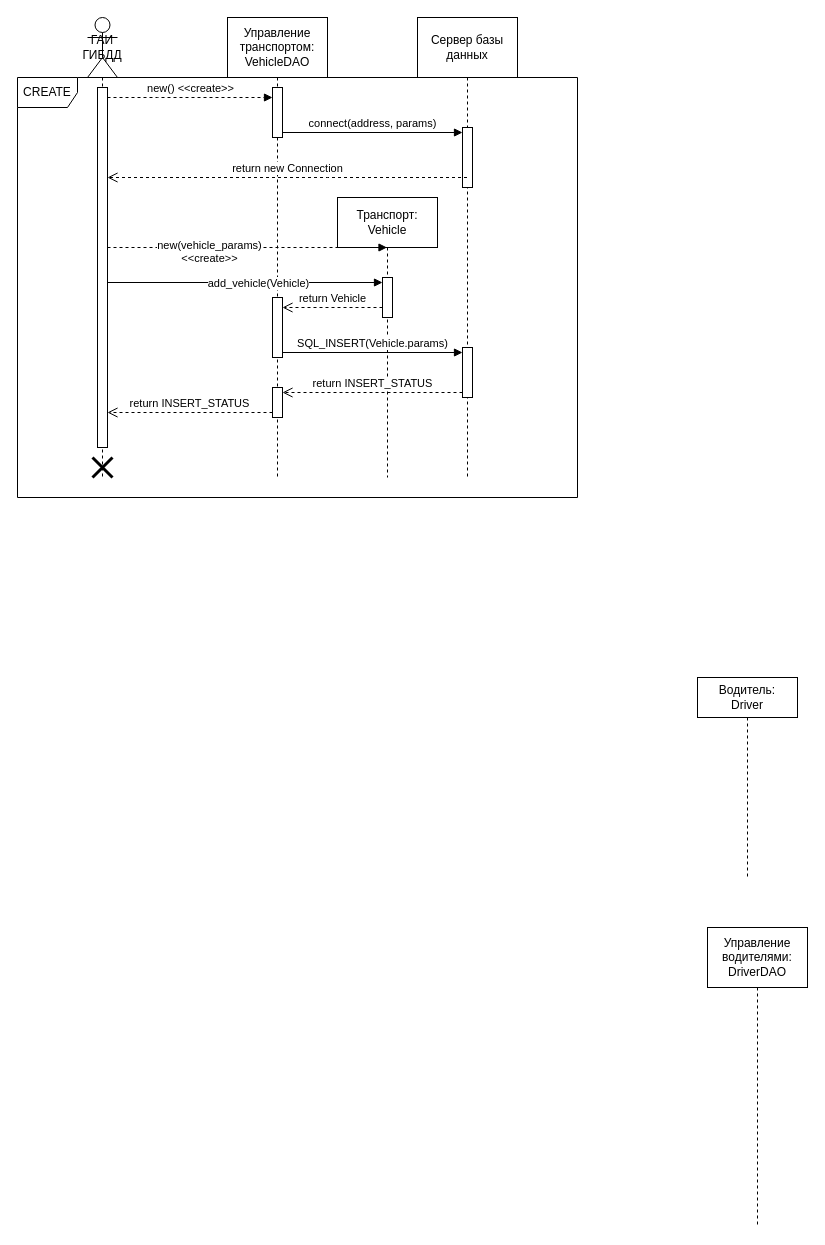
This is lab4.drawio from duahifnv/SystemsArchitecture, a draw.io file, before an edit. Source tidied: cells renumbered, new cells numbered last; positions are measured from the earlier drawing's top-left corner, leaving out a move shared by most shapes. Both pictures are drawn from the tidied source at 100%, with x=0, y=0 at pixel (17, 17).
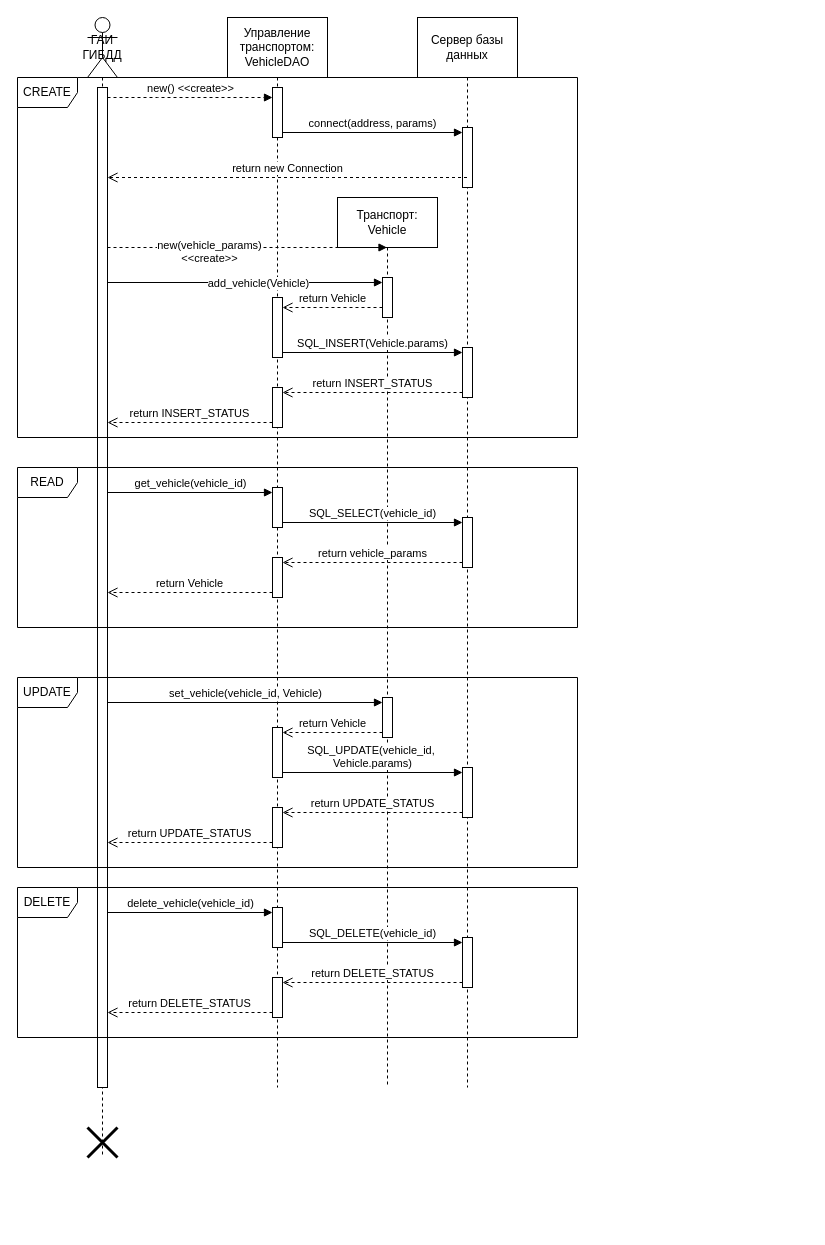
Above is the later version.

The edit, as a diff of the source:
```diff
@@
     <mxCell id="2" value="ГАИ ГИБДД" style="shape=umlLifeline;perimeter=lifelinePerimeter;whiteSpace=wrap;html=1;newEdgeStyle={&quot;curved&quot;:0,&quot;rounded&quot;:0};participant=umlActor;size=60;" parent="1" vertex="1">
-      <mxGeometry x="70" width="30" height="460" as="geometry" />
+      <mxGeometry x="70" width="30" height="1140" as="geometry" />
     </mxCell>
     <mxCell id="3" style="html=1;points=[[0,0,0,0,5],[0,1,0,0,-5],[1,0,0,0,5],[1,1,0,0,-5]];perimeter=orthogonalPerimeter;outlineConnect=0;targetShapes=umlLifeline;portConstraint=eastwest;newEdgeStyle={&quot;curved&quot;:0,&quot;rounded&quot;:0};" parent="2" vertex="1">
-      <mxGeometry x="10" y="70" width="10" height="360" as="geometry" />
+      <mxGeometry x="10" y="70" width="10" height="1000" as="geometry" />
     </mxCell>
-    <mxCell id="4" style="shape=umlDestroy;whiteSpace=wrap;html=1;strokeWidth=3;targetShapes=umlLifeline;" parent="2" vertex="1">
-      <mxGeometry x="5" y="440" width="20" height="20" as="geometry" />
-    </mxCell>
+    <mxCell id="27" style="shape=umlDestroy;whiteSpace=wrap;html=1;strokeWidth=3;targetShapes=umlLifeline;" parent="2" vertex="1">
+      <mxGeometry y="1110" width="30" height="30" as="geometry" />
+    </mxCell>
     <mxCell id="5" value="Транспорт:&lt;div&gt;Vehicle&lt;/div&gt;" style="shape=umlLifeline;perimeter=lifelinePerimeter;whiteSpace=wrap;html=1;outlineConnect=0;portConstraint=eastwest;newEdgeStyle={&quot;curved&quot;:0,&quot;rounded&quot;:0};size=50;" parent="1" vertex="1">
-      <mxGeometry x="320" y="180" width="100" height="280" as="geometry" />
+      <mxGeometry x="320" y="180" width="100" height="890" as="geometry" />
     </mxCell>
@@
+    <mxCell id="28" style="html=1;points=[[0,0,0,0,5],[0,1,0,0,-5],[1,0,0,0,5],[1,1,0,0,-5]];perimeter=orthogonalPerimeter;outlineConnect=0;targetShapes=umlLifeline;portConstraint=eastwest;newEdgeStyle={&quot;curved&quot;:0,&quot;rounded&quot;:0};" parent="5" vertex="1">
+      <mxGeometry x="45" y="500" width="10" height="40" as="geometry" />
+    </mxCell>
     <mxCell id="7" value="Управление транспортом:&lt;div&gt;VehicleDAO&lt;/div&gt;" style="shape=umlLifeline;perimeter=lifelinePerimeter;whiteSpace=wrap;html=1;newEdgeStyle={&quot;curved&quot;:0,&quot;rounded&quot;:0};size=60;" parent="1" vertex="1">
-      <mxGeometry x="210" width="100" height="460" as="geometry" />
+      <mxGeometry x="210" width="100" height="1070" as="geometry" />
     </mxCell>
@@
     <mxCell id="10" style="html=1;points=[[0,0,0,0,5],[0,1,0,0,-5],[1,0,0,0,5],[1,1,0,0,-5]];perimeter=orthogonalPerimeter;outlineConnect=0;targetShapes=umlLifeline;portConstraint=eastwest;newEdgeStyle={&quot;curved&quot;:0,&quot;rounded&quot;:0};" parent="7" vertex="1">
-      <mxGeometry x="45" y="370" width="10" height="30" as="geometry" />
+      <mxGeometry x="45" y="370" width="10" height="40" as="geometry" />
     </mxCell>
-    <mxCell id="11" value="Водитель:&lt;div&gt;Driver&lt;/div&gt;" style="shape=umlLifeline;perimeter=lifelinePerimeter;whiteSpace=wrap;html=1;newEdgeStyle={&quot;curved&quot;:0,&quot;rounded&quot;:0};size=40;" parent="1" vertex="1">
-      <mxGeometry x="680" y="660" width="100" height="200" as="geometry" />
-    </mxCell>
-    <mxCell id="12" value="Управление водителями:&lt;div&gt;DriverDAO&lt;/div&gt;" style="shape=umlLifeline;perimeter=lifelinePerimeter;whiteSpace=wrap;html=1;newEdgeStyle={&quot;curved&quot;:0,&quot;rounded&quot;:0};size=60;" parent="1" vertex="1">
-      <mxGeometry x="690" y="910" width="100" height="300" as="geometry" />
-    </mxCell>
+    <mxCell id="29" style="html=1;points=[[0,0,0,0,5],[0,1,0,0,-5],[1,0,0,0,5],[1,1,0,0,-5]];perimeter=orthogonalPerimeter;outlineConnect=0;targetShapes=umlLifeline;portConstraint=eastwest;newEdgeStyle={&quot;curved&quot;:0,&quot;rounded&quot;:0};" parent="7" vertex="1">
+      <mxGeometry x="45" y="470" width="10" height="40" as="geometry" />
+    </mxCell>
+    <mxCell id="30" style="html=1;points=[[0,0,0,0,5],[0,1,0,0,-5],[1,0,0,0,5],[1,1,0,0,-5]];perimeter=orthogonalPerimeter;outlineConnect=0;targetShapes=umlLifeline;portConstraint=eastwest;newEdgeStyle={&quot;curved&quot;:0,&quot;rounded&quot;:0};" parent="7" vertex="1">
+      <mxGeometry x="45" y="540" width="10" height="40" as="geometry" />
+    </mxCell>
+    <mxCell id="31" style="html=1;points=[[0,0,0,0,5],[0,1,0,0,-5],[1,0,0,0,5],[1,1,0,0,-5]];perimeter=orthogonalPerimeter;outlineConnect=0;targetShapes=umlLifeline;portConstraint=eastwest;newEdgeStyle={&quot;curved&quot;:0,&quot;rounded&quot;:0};" parent="7" vertex="1">
+      <mxGeometry x="45" y="710" width="10" height="50" as="geometry" />
+    </mxCell>
+    <mxCell id="32" style="html=1;points=[[0,0,0,0,5],[0,1,0,0,-5],[1,0,0,0,5],[1,1,0,0,-5]];perimeter=orthogonalPerimeter;outlineConnect=0;targetShapes=umlLifeline;portConstraint=eastwest;newEdgeStyle={&quot;curved&quot;:0,&quot;rounded&quot;:0};" parent="7" vertex="1">
+      <mxGeometry x="45" y="960" width="10" height="40" as="geometry" />
+    </mxCell>
@@
     <mxCell id="14" value="Сервер базы данных" style="shape=umlLifeline;perimeter=lifelinePerimeter;whiteSpace=wrap;html=1;outlineConnect=0;portConstraint=eastwest;newEdgeStyle={&quot;curved&quot;:0,&quot;rounded&quot;:0};size=60;" parent="1" vertex="1">
-      <mxGeometry x="400" width="100" height="460" as="geometry" />
+      <mxGeometry x="400" width="100" height="1070" as="geometry" />
     </mxCell>
@@
+    <mxCell id="33" style="html=1;points=[[0,0,0,0,5],[0,1,0,0,-5],[1,0,0,0,5],[1,1,0,0,-5]];perimeter=orthogonalPerimeter;outlineConnect=0;targetShapes=umlLifeline;portConstraint=eastwest;newEdgeStyle={&quot;curved&quot;:0,&quot;rounded&quot;:0};" parent="14" vertex="1">
+      <mxGeometry x="45" y="500" width="10" height="50" as="geometry" />
+    </mxCell>
+    <mxCell id="34" style="html=1;points=[[0,0,0,0,5],[0,1,0,0,-5],[1,0,0,0,5],[1,1,0,0,-5]];perimeter=orthogonalPerimeter;outlineConnect=0;targetShapes=umlLifeline;portConstraint=eastwest;newEdgeStyle={&quot;curved&quot;:0,&quot;rounded&quot;:0};" parent="14" vertex="1">
+      <mxGeometry x="45" y="750" width="10" height="50" as="geometry" />
+    </mxCell>
+    <mxCell id="35" style="html=1;points=[[0,0,0,0,5],[0,1,0,0,-5],[1,0,0,0,5],[1,1,0,0,-5]];perimeter=orthogonalPerimeter;outlineConnect=0;targetShapes=umlLifeline;portConstraint=eastwest;newEdgeStyle={&quot;curved&quot;:0,&quot;rounded&quot;:0};" parent="14" vertex="1">
+      <mxGeometry x="-145" y="890" width="10" height="40" as="geometry" />
+    </mxCell>
+    <mxCell id="36" value="SQL_DELETE(vehicle_id)" style="html=1;verticalAlign=bottom;endArrow=block;curved=0;rounded=0;entryX=0;entryY=0;entryDx=0;entryDy=5;exitX=1;exitY=1;exitDx=0;exitDy=-5;exitPerimeter=0;entryPerimeter=0;" parent="14" edge="1" source="35" target="37">
+      <mxGeometry relative="1" as="geometry" />
+    </mxCell>
+    <mxCell id="37" style="html=1;points=[[0,0,0,0,5],[0,1,0,0,-5],[1,0,0,0,5],[1,1,0,0,-5]];perimeter=orthogonalPerimeter;outlineConnect=0;targetShapes=umlLifeline;portConstraint=eastwest;newEdgeStyle={&quot;curved&quot;:0,&quot;rounded&quot;:0};" parent="14" vertex="1">
+      <mxGeometry x="45" y="920" width="10" height="50" as="geometry" />
+    </mxCell>
@@
     <mxCell id="26" value="CREATE" style="shape=umlFrame;whiteSpace=wrap;html=1;" parent="1" vertex="1">
-      <mxGeometry y="60" width="560" height="420" as="geometry" />
+      <mxGeometry y="60" width="560" height="360" as="geometry" />
     </mxCell>
+    <mxCell id="38" value="get_vehicle(vehicle_id)" style="html=1;verticalAlign=bottom;endArrow=block;curved=0;rounded=0;entryX=0;entryY=0;entryDx=0;entryDy=5;entryPerimeter=0;" parent="1" edge="1" source="3" target="29">
+      <mxGeometry relative="1" as="geometry" />
+    </mxCell>
+    <mxCell id="39" value="SQL_SELECT(vehicle_id)" style="html=1;verticalAlign=bottom;endArrow=block;curved=0;rounded=0;entryX=0;entryY=0;entryDx=0;entryDy=5;exitX=1;exitY=1;exitDx=0;exitDy=-5;exitPerimeter=0;" parent="1" edge="1" source="29" target="33">
+      <mxGeometry relative="1" as="geometry" />
+    </mxCell>
+    <mxCell id="40" value="return vehicle_params" style="html=1;verticalAlign=bottom;endArrow=open;dashed=1;endSize=8;curved=0;rounded=0;exitX=0;exitY=1;exitDx=0;exitDy=-5;entryX=1;entryY=0;entryDx=0;entryDy=5;entryPerimeter=0;" parent="1" edge="1" source="33" target="30">
+      <mxGeometry relative="1" as="geometry" />
+    </mxCell>
+    <mxCell id="41" value="return Vehicle" style="html=1;verticalAlign=bottom;endArrow=open;dashed=1;endSize=8;curved=0;rounded=0;exitX=0;exitY=1;exitDx=0;exitDy=-5;exitPerimeter=0;" parent="1" edge="1" source="30" target="3">
+      <mxGeometry relative="1" as="geometry" />
+    </mxCell>
+    <mxCell id="42" value="READ" style="shape=umlFrame;whiteSpace=wrap;html=1;" parent="1" vertex="1">
+      <mxGeometry y="450" width="560" height="160" as="geometry" />
+    </mxCell>
+    <mxCell id="43" value="set_vehicle(vehicle_id, Vehicle)" style="html=1;verticalAlign=bottom;endArrow=block;curved=0;rounded=0;entryX=0;entryY=0;entryDx=0;entryDy=5;entryPerimeter=0;" parent="1" edge="1" source="3" target="28">
+      <mxGeometry relative="1" as="geometry" />
+    </mxCell>
+    <mxCell id="44" value="return Vehicle" style="html=1;verticalAlign=bottom;endArrow=open;dashed=1;endSize=8;curved=0;rounded=0;exitX=0;exitY=1;exitDx=0;exitDy=-5;exitPerimeter=0;entryX=1;entryY=0;entryDx=0;entryDy=5;entryPerimeter=0;" parent="1" edge="1" source="28" target="31">
+      <mxGeometry relative="1" as="geometry" />
+    </mxCell>
+    <mxCell id="45" value="SQL_UPDATE(vehicle_id,&amp;nbsp;&lt;div&gt;Vehicle.params)&lt;/div&gt;" style="html=1;verticalAlign=bottom;endArrow=block;curved=0;rounded=0;entryX=0;entryY=0;entryDx=0;entryDy=5;exitX=1;exitY=1;exitDx=0;exitDy=-5;exitPerimeter=0;" parent="1" edge="1" source="31" target="34">
+      <mxGeometry relative="1" as="geometry" />
+    </mxCell>
+    <mxCell id="46" style="html=1;points=[[0,0,0,0,5],[0,1,0,0,-5],[1,0,0,0,5],[1,1,0,0,-5]];perimeter=orthogonalPerimeter;outlineConnect=0;targetShapes=umlLifeline;portConstraint=eastwest;newEdgeStyle={&quot;curved&quot;:0,&quot;rounded&quot;:0};" parent="1" vertex="1">
+      <mxGeometry x="255" y="790" width="10" height="40" as="geometry" />
+    </mxCell>
+    <mxCell id="47" value="return UPDATE_STATUS" style="html=1;verticalAlign=bottom;endArrow=open;dashed=1;endSize=8;curved=0;rounded=0;exitX=0;exitY=1;exitDx=0;exitDy=-5;exitPerimeter=0;" parent="1" edge="1" source="46" target="3">
+      <mxGeometry relative="1" as="geometry" />
+    </mxCell>
+    <mxCell id="48" value="return UPDATE_STATUS" style="html=1;verticalAlign=bottom;endArrow=open;dashed=1;endSize=8;curved=0;rounded=0;exitX=0;exitY=1;exitDx=0;exitDy=-5;entryX=1;entryY=0;entryDx=0;entryDy=5;entryPerimeter=0;" parent="1" edge="1" source="34" target="46">
+      <mxGeometry relative="1" as="geometry" />
+    </mxCell>
+    <mxCell id="49" value="UPDATE" style="shape=umlFrame;whiteSpace=wrap;html=1;" parent="1" vertex="1">
+      <mxGeometry y="660" width="560" height="190" as="geometry" />
+    </mxCell>
+    <mxCell id="50" value="delete_vehicle(vehicle_id)" style="html=1;verticalAlign=bottom;endArrow=block;curved=0;rounded=0;entryX=0;entryY=0;entryDx=0;entryDy=5;entryPerimeter=0;" parent="1" edge="1" source="3" target="35">
+      <mxGeometry relative="1" as="geometry" />
+    </mxCell>
+    <mxCell id="51" value="return DELETE_STATUS" style="html=1;verticalAlign=bottom;endArrow=open;dashed=1;endSize=8;curved=0;rounded=0;exitX=0;exitY=1;exitDx=0;exitDy=-5;entryX=1;entryY=0;entryDx=0;entryDy=5;entryPerimeter=0;exitPerimeter=0;" parent="1" edge="1" source="37" target="32">
+      <mxGeometry relative="1" as="geometry" />
+    </mxCell>
+    <mxCell id="52" value="return DELETE_STATUS" style="html=1;verticalAlign=bottom;endArrow=open;dashed=1;endSize=8;curved=0;rounded=0;exitX=0;exitY=1;exitDx=0;exitDy=-5;exitPerimeter=0;" parent="1" edge="1" source="32" target="3">
+      <mxGeometry relative="1" as="geometry" />
+    </mxCell>
+    <mxCell id="53" value="DELETE" style="shape=umlFrame;whiteSpace=wrap;html=1;" parent="1" vertex="1">
+      <mxGeometry y="870" width="560" height="150" as="geometry" />
+    </mxCell>
```
